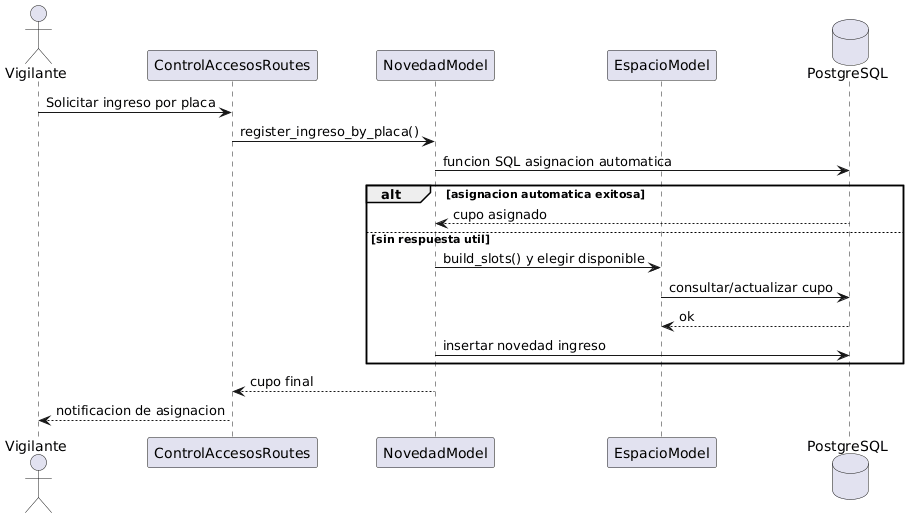
Above: docs/uml/render/secuencias/CU10_asignacion_automatica_cupo.png in maranavard/SISTEMA-COMPUTACIONAL-PARA-LA-GESTION-Y-CONTROL-DE-ACCESO-DE-AUTOMOVILES-M-DULO-WEB (PlantUML), before the change.
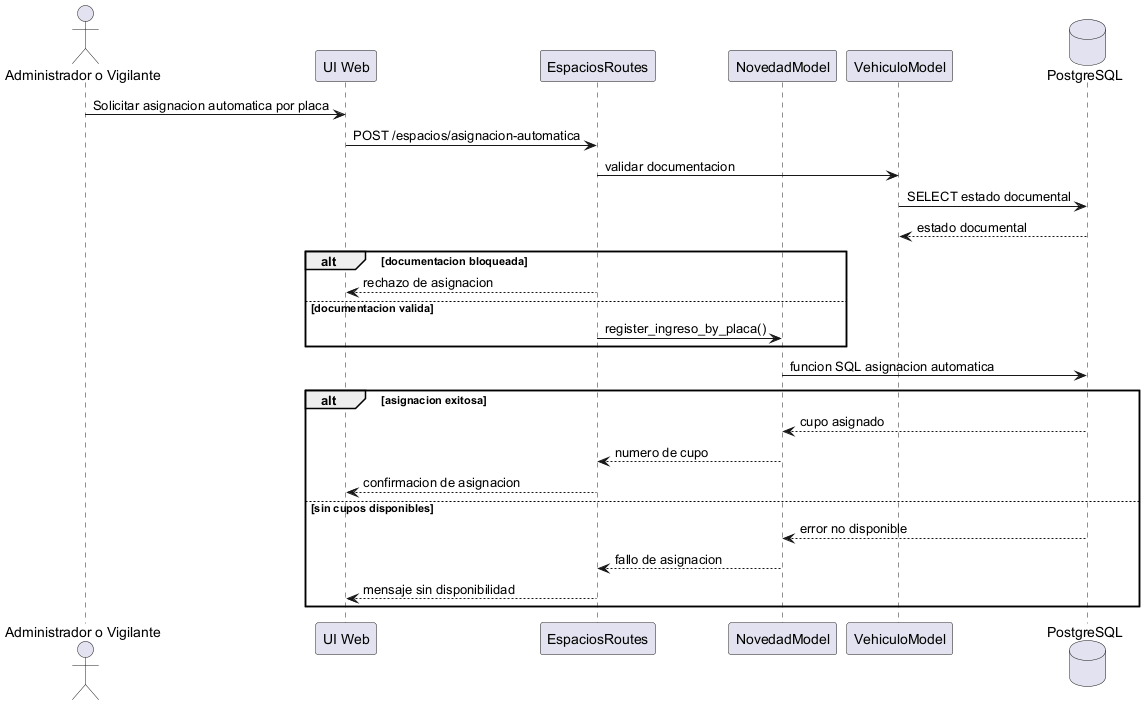
Above is the later version.

What changed in the source:
```diff
@@ -1,21 +1,29 @@
-@startuml
-actor Vigilante
-participant "ControlAccesosRoutes" as C
+@startuml CU10_asignacion_automatica_cupo
+actor "Administrador o Vigilante" as Actor
+participant "UI Web" as UI
+participant "EspaciosRoutes" as E
 participant "NovedadModel" as N
-participant "EspacioModel" as E
+participant "VehiculoModel" as V
 database "PostgreSQL" as DB
 
-Vigilante -> C : Solicitar ingreso por placa
-C -> N : register_ingreso_by_placa()
+Actor -> UI : Solicitar asignacion automatica por placa
+UI -> E : POST /espacios/asignacion-automatica
+E -> V : validar documentacion
+V -> DB : SELECT estado documental
+DB --> V : estado documental
+alt documentacion bloqueada
+  E --> UI : rechazo de asignacion
+else documentacion valida
+  E -> N : register_ingreso_by_placa()
+end
 N -> DB : funcion SQL asignacion automatica
-alt asignacion automatica exitosa
+alt asignacion exitosa
   DB --> N : cupo asignado
-else sin respuesta util
-  N -> E : build_slots() y elegir disponible
-  E -> DB : consultar/actualizar cupo
-  DB --> E : ok
-  N -> DB : insertar novedad ingreso
+  N --> E : numero de cupo
+  E --> UI : confirmacion de asignacion
+else sin cupos disponibles
+  DB --> N : error no disponible
+  N --> E : fallo de asignacion
+  E --> UI : mensaje sin disponibilidad
 end
-N --> C : cupo final
-C --> Vigilante : notificacion de asignacion
 @enduml
```
